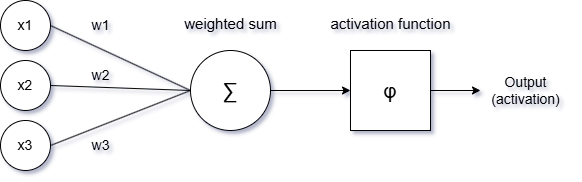
Before: resources/perceptron.png, a diagram exported from draw.io (LazoYoung/ai-sandbox). Source tidied: cells renumbered, new cells last; positions are measured from the earlier drawing's top-left corner, leaving out a move shared by most shapes.
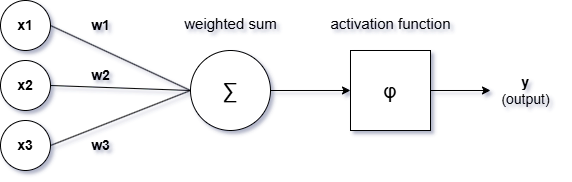
The same file after the commit.

Commit message:
퍼셉트론 추가

The edit, as a diff of the source:
```diff
@@ -5,13 +5,13 @@
     <mxCell id="2" style="rounded=0;jettySize=auto;html=1;exitX=1;exitY=0.5;exitDx=0;exitDy=0;entryX=0;entryY=0.5;entryDx=0;entryDy=0;endArrow=none;startFill=0;" parent="1" edge="1" source="3" target="13">
       <mxGeometry relative="1" as="geometry" />
     </mxCell>
-    <mxCell id="3" value="x1" style="ellipse;whiteSpace=wrap;html=1;fontSize=14;" parent="1" vertex="1">
+    <mxCell id="3" value="&lt;b&gt;x1&lt;/b&gt;" style="ellipse;whiteSpace=wrap;html=1;fontSize=14;" parent="1" vertex="1">
       <mxGeometry width="50" height="50" as="geometry" />
     </mxCell>
     <mxCell id="4" style="rounded=0;jettySize=auto;html=1;exitX=1;exitY=0.5;exitDx=0;exitDy=0;endArrow=none;startFill=0;entryX=0;entryY=0.5;entryDx=0;entryDy=0;" parent="1" edge="1" source="5" target="13">
       <mxGeometry relative="1" as="geometry" />
     </mxCell>
-    <mxCell id="5" value="x2" style="ellipse;whiteSpace=wrap;html=1;fontSize=14;" parent="1" vertex="1">
+    <mxCell id="5" value="x2" style="ellipse;whiteSpace=wrap;html=1;fontSize=14;fontStyle=1;" parent="1" vertex="1">
       <mxGeometry y="60" width="50" height="50" as="geometry" />
     </mxCell>
     <mxCell id="6" style="rounded=0;jettySize=auto;html=1;exitX=1;exitY=0.5;exitDx=0;exitDy=0;endArrow=none;startFill=0;" parent="1" edge="1" source="13">
@@ -19,16 +19,16 @@
         <mxPoint x="270" y="90" as="targetPoint" />
       </mxGeometry>
     </mxCell>
-    <mxCell id="7" value="x3" style="ellipse;whiteSpace=wrap;html=1;fontSize=14;" parent="1" vertex="1">
+    <mxCell id="7" value="x3" style="ellipse;whiteSpace=wrap;html=1;fontSize=14;fontStyle=1;" parent="1" vertex="1">
       <mxGeometry y="120" width="50" height="50" as="geometry" />
     </mxCell>
-    <mxCell id="8" value="w1" style="text;html=1;align=center;verticalAlign=middle;strokeColor=none;fillColor=none;fontSize=14;" parent="1" vertex="1">
+    <mxCell id="8" value="w1" style="text;html=1;align=center;verticalAlign=middle;strokeColor=none;fillColor=none;fontSize=14;fontStyle=1;" parent="1" vertex="1">
       <mxGeometry x="80" y="10" width="40" height="30" as="geometry" />
     </mxCell>
-    <mxCell id="9" value="w2" style="text;html=1;align=center;verticalAlign=middle;strokeColor=none;fillColor=none;fontSize=14;" parent="1" vertex="1">
+    <mxCell id="9" value="w2" style="text;html=1;align=center;verticalAlign=middle;strokeColor=none;fillColor=none;fontSize=14;fontStyle=1;" parent="1" vertex="1">
       <mxGeometry x="80" y="60" width="40" height="30" as="geometry" />
     </mxCell>
-    <mxCell id="10" value="w3" style="text;html=1;align=center;verticalAlign=middle;strokeColor=none;fillColor=none;fontSize=14;" parent="1" vertex="1">
+    <mxCell id="10" value="w3" style="text;html=1;align=center;verticalAlign=middle;strokeColor=none;fillColor=none;fontSize=14;fontStyle=1;" parent="1" vertex="1">
       <mxGeometry x="80" y="130" width="40" height="30" as="geometry" />
     </mxCell>
     <mxCell id="11" style="rounded=0;jettySize=auto;html=1;exitX=1;exitY=0.5;exitDx=0;exitDy=0;endArrow=none;startFill=0;entryX=0;entryY=0.5;entryDx=0;entryDy=0;" parent="1" edge="1" source="7" target="13">
@@ -52,8 +52,8 @@
     <mxCell id="17" value="activation function" style="text;html=1;align=center;verticalAlign=middle;strokeColor=none;fillColor=none;fontSize=15;" parent="1" vertex="1">
       <mxGeometry x="320" y="8" width="140" height="30" as="geometry" />
     </mxCell>
-    <mxCell id="18" value="Output&lt;div&gt;(activation)&lt;/div&gt;" style="text;html=1;align=center;verticalAlign=middle;points=[];strokeColor=none;fillColor=none;fontSize=14;" parent="1" vertex="1">
-      <mxGeometry x="480" y="65" width="90" height="50" as="geometry" />
+    <mxCell id="18" value="&lt;b&gt;y&lt;/b&gt;&lt;div&gt;(output)&lt;/div&gt;" style="text;html=1;align=center;verticalAlign=middle;points=[];strokeColor=none;fillColor=none;fontSize=14;" parent="1" vertex="1">
+      <mxGeometry x="490" y="65" width="70" height="50" as="geometry" />
     </mxCell>
   </root>
 </mxGraphModel>
```
